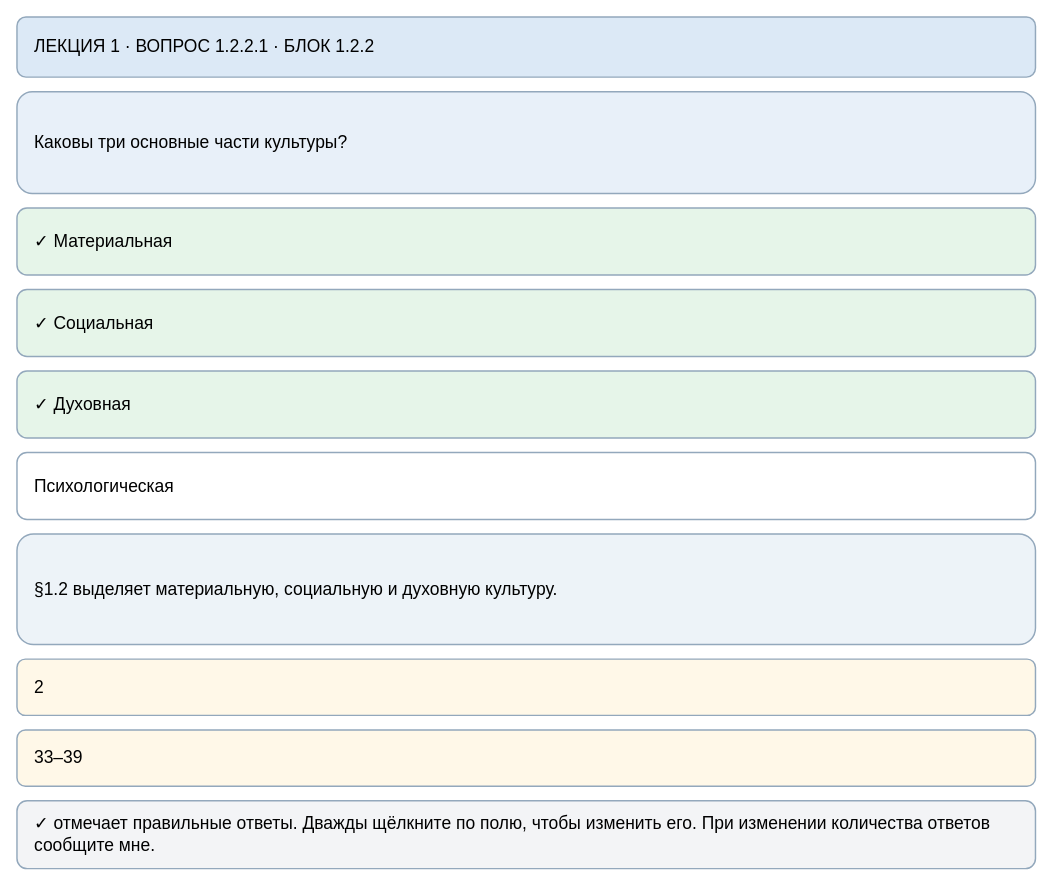
Above: page "1.2.2.1" (5 of 36) of maps/lecture-01-test-editor.drawio in slobodatablichka/apologetika-test (draw.io), before the change. Source tidied: cells renumbered, new cells numbered last; positions are measured from the earlier drawing's top-left corner, leaving out a move shared by most shapes. Both pictures are drawn from the tidied source at 97%, with x=0, y=0 at pixel (16, 16).
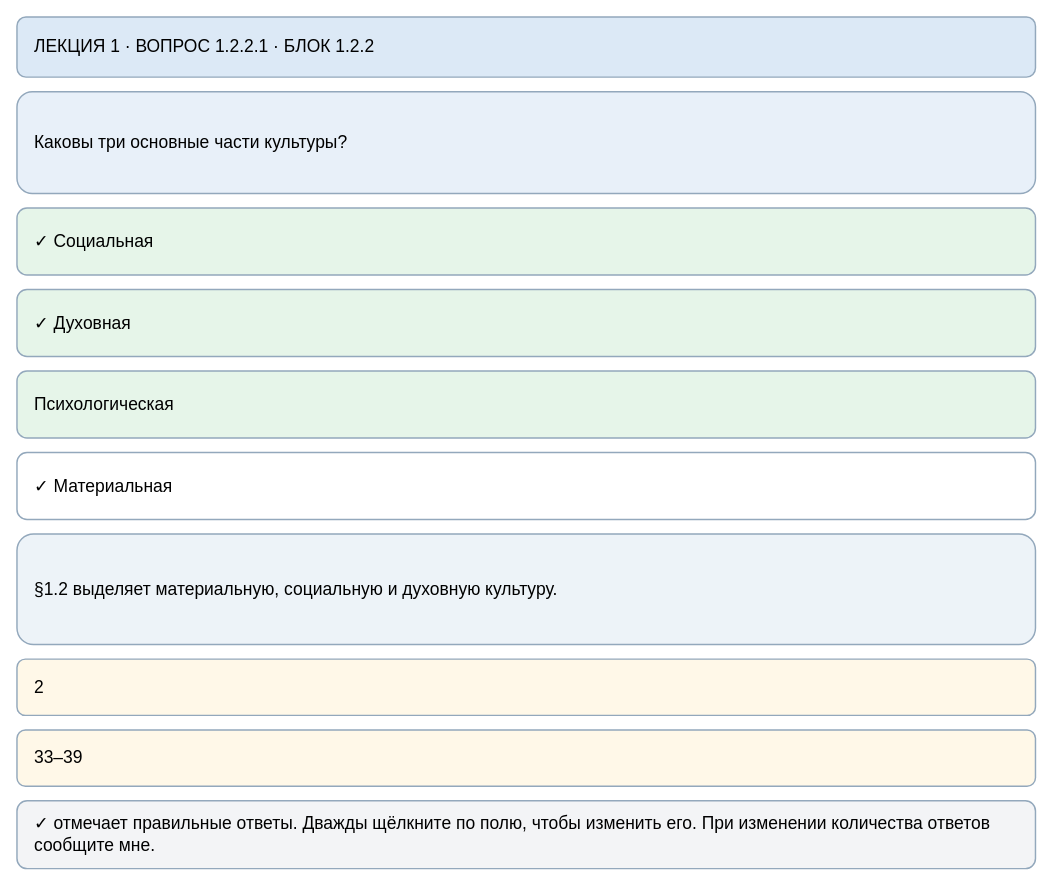
Above is the later version.

Diff of the diagram source:
```diff
@@
 <mxGraphModel>
   <root>
     <mxCell id="0" />
     <mxCell id="1" parent="0" />
     <mxCell id="2" value="ЛЕКЦИЯ 1 · ВОПРОС 1.2.2.1 · БЛОК 1.2.2" style="rounded=1;whiteSpace=wrap;html=1;align=left;verticalAlign=middle;spacingLeft=16;spacingRight=16;fontSize=18;fillColor=#dce9f6;strokeColor=#93a8bc;strokeWidth=1.5;" parent="1" vertex="1">
       <mxGeometry width="1050" height="62" as="geometry" />
     </mxCell>
     <mxCell id="3" value="Каковы три основные части культуры?" style="rounded=1;whiteSpace=wrap;html=1;align=left;verticalAlign=middle;spacingLeft=16;spacingRight=16;fontSize=18;fillColor=#e8f0f9;strokeColor=#93a8bc;strokeWidth=1.5;" parent="1" vertex="1">
       <mxGeometry y="77" width="1050" height="105" as="geometry" />
     </mxCell>
-    <mxCell id="4" value="✓ Материальная" style="rounded=1;whiteSpace=wrap;html=1;align=left;verticalAlign=middle;spacingLeft=16;spacingRight=16;fontSize=18;fillColor=#e6f5e9;strokeColor=#93a8bc;strokeWidth=1.5;" parent="1" vertex="1">
+    <mxCell id="4" value="✓ Социальная" style="rounded=1;whiteSpace=wrap;html=1;align=left;verticalAlign=middle;spacingLeft=16;spacingRight=16;fontSize=18;fillColor=#e6f5e9;strokeColor=#93a8bc;strokeWidth=1.5;" parent="1" vertex="1">
       <mxGeometry y="197" width="1050" height="69" as="geometry" />
     </mxCell>
-    <mxCell id="5" value="✓ Социальная" style="rounded=1;whiteSpace=wrap;html=1;align=left;verticalAlign=middle;spacingLeft=16;spacingRight=16;fontSize=18;fillColor=#e6f5e9;strokeColor=#93a8bc;strokeWidth=1.5;" parent="1" vertex="1">
+    <mxCell id="5" value="✓ Духовная" style="rounded=1;whiteSpace=wrap;html=1;align=left;verticalAlign=middle;spacingLeft=16;spacingRight=16;fontSize=18;fillColor=#e6f5e9;strokeColor=#93a8bc;strokeWidth=1.5;" parent="1" vertex="1">
       <mxGeometry y="281" width="1050" height="69" as="geometry" />
     </mxCell>
-    <mxCell id="6" value="✓ Духовная" style="rounded=1;whiteSpace=wrap;html=1;align=left;verticalAlign=middle;spacingLeft=16;spacingRight=16;fontSize=18;fillColor=#e6f5e9;strokeColor=#93a8bc;strokeWidth=1.5;" parent="1" vertex="1">
+    <mxCell id="6" value="Психологическая" style="rounded=1;whiteSpace=wrap;html=1;align=left;verticalAlign=middle;spacingLeft=16;spacingRight=16;fontSize=18;fillColor=#e6f5e9;strokeColor=#93a8bc;strokeWidth=1.5;" parent="1" vertex="1">
       <mxGeometry y="365" width="1050" height="69" as="geometry" />
     </mxCell>
-    <mxCell id="7" value="Психологическая" style="rounded=1;whiteSpace=wrap;html=1;align=left;verticalAlign=middle;spacingLeft=16;spacingRight=16;fontSize=18;fillColor=#ffffff;strokeColor=#93a8bc;strokeWidth=1.5;" parent="1" vertex="1">
+    <mxCell id="7" value="✓ Материальная" style="rounded=1;whiteSpace=wrap;html=1;align=left;verticalAlign=middle;spacingLeft=16;spacingRight=16;fontSize=18;fillColor=#ffffff;strokeColor=#93a8bc;strokeWidth=1.5;" parent="1" vertex="1">
       <mxGeometry y="449" width="1050" height="69" as="geometry" />
     </mxCell>
     <mxCell id="8" value="§1.2 выделяет материальную, социальную и духовную культуру." style="rounded=1;whiteSpace=wrap;html=1;align=left;verticalAlign=middle;spacingLeft=16;spacingRight=16;fontSize=18;fillColor=#edf3f8;strokeColor=#93a8bc;strokeWidth=1.5;" parent="1" vertex="1">
       <mxGeometry y="533" width="1050" height="114" as="geometry" />
     </mxCell>
     <mxCell id="9" value="2" style="rounded=1;whiteSpace=wrap;html=1;align=left;verticalAlign=middle;spacingLeft=16;spacingRight=16;fontSize=18;fillColor=#fff8e8;strokeColor=#93a8bc;strokeWidth=1.5;" parent="1" vertex="1">
       <mxGeometry y="662" width="1050" height="58" as="geometry" />
     </mxCell>
     <mxCell id="10" value="33–39" style="rounded=1;whiteSpace=wrap;html=1;align=left;verticalAlign=middle;spacingLeft=16;spacingRight=16;fontSize=18;fillColor=#fff8e8;strokeColor=#93a8bc;strokeWidth=1.5;" parent="1" vertex="1">
       <mxGeometry y="735" width="1050" height="58" as="geometry" />
     </mxCell>
     <mxCell id="11" value="✓ отмечает правильные ответы. Дважды щёлкните по полю, чтобы изменить его. При изменении количества ответов сообщите мне." style="rounded=1;whiteSpace=wrap;html=1;align=left;verticalAlign=middle;spacingLeft=16;spacingRight=16;fontSize=18;fillColor=#f3f4f6;strokeColor=#93a8bc;strokeWidth=1.5;" parent="1" vertex="1">
       <mxGeometry y="808" width="1050" height="70" as="geometry" />
     </mxCell>
   </root>
 </mxGraphModel>
```
